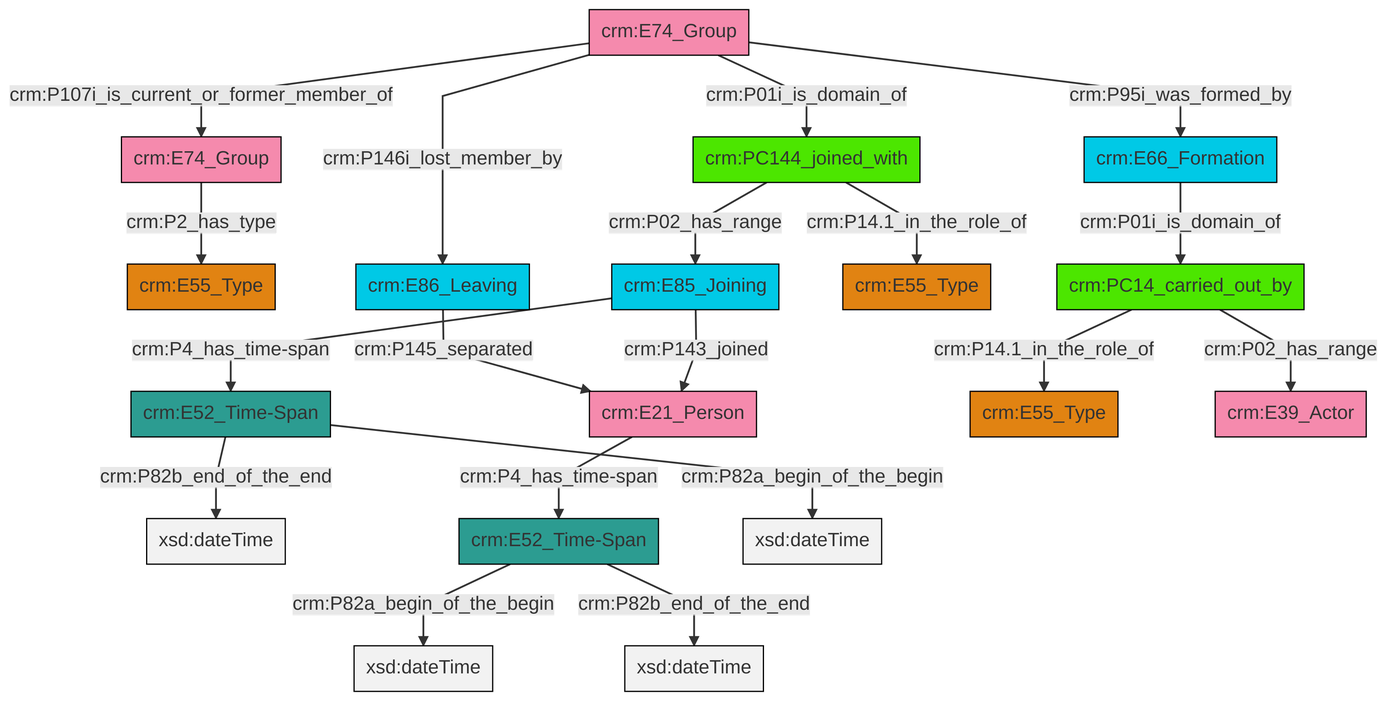
The Mermaid diagram et/groupCSV/ttl/mmd/png/group_actor_relations.png in swiss-art-research-net/docs.swissartresearch, before a commit. Its source is kept beside it as et/groupCSV/ttl/mmd/group_actor_relations.ttl.mmd.
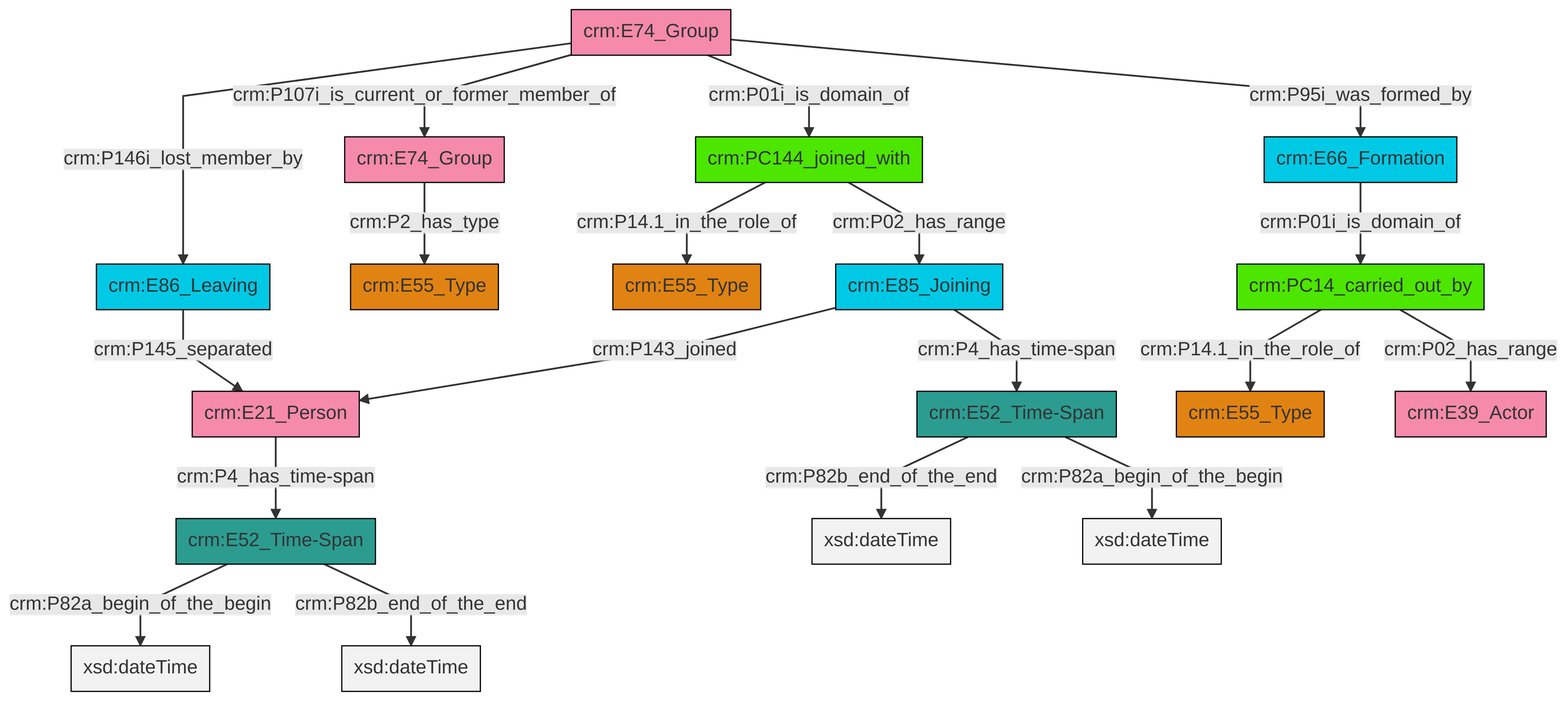
The same diagram one commit later.

Change to the diagram source:
```diff
@@ -13,21 +13,21 @@
 classDef PC_Classes fill:#4ce600, stroke:#000000;
 classDef Multi fill:#cccccc,stroke:#000000;
 
-2["crm:E74_Group"]:::Actor -->|crm:P107i_is_current_or_former_member_of| 3["crm:E74_Group"]:::Actor
-2["crm:E74_Group"]:::Actor -->|crm:P01i_is_domain_of| 5["crm:PC144_joined_with"]:::PC_Classes
-6["crm:E85_Joining"]:::Temporal_Entity -->|crm:P143_joined| 7["crm:E21_Person"]:::Actor
-8["crm:E52_Time-Span"]:::Time-Span -->|crm:P82b_end_of_the_end| 9[xsd:dateTime]:::Literal
-10["crm:PC14_carried_out_by"]:::PC_Classes -->|crm:P14.1_in_the_role_of| 11["crm:E55_Type"]:::Type
-15["crm:E66_Formation"]:::Temporal_Entity -->|crm:P01i_is_domain_of| 10["crm:PC14_carried_out_by"]:::PC_Classes
-3["crm:E74_Group"]:::Actor -->|crm:P2_has_type| 0["crm:E55_Type"]:::Type
-21["crm:E52_Time-Span"]:::Time-Span -->|crm:P82a_begin_of_the_begin| 22[xsd:dateTime]:::Literal
-21["crm:E52_Time-Span"]:::Time-Span -->|crm:P82b_end_of_the_end| 23[xsd:dateTime]:::Literal
-10["crm:PC14_carried_out_by"]:::PC_Classes -->|crm:P02_has_range| 25["crm:E39_Actor"]:::Actor
-2["crm:E74_Group"]:::Actor -->|crm:P95i_was_formed_by| 15["crm:E66_Formation"]:::Temporal_Entity
-5["crm:PC144_joined_with"]:::PC_Classes -->|crm:P14.1_in_the_role_of| 12["crm:E55_Type"]:::Type
-6["crm:E85_Joining"]:::Temporal_Entity -->|crm:P4_has_time-span| 8["crm:E52_Time-Span"]:::Time-Span
-2["crm:E74_Group"]:::Actor -->|crm:P146i_lost_member_by| 16["crm:E86_Leaving"]:::Temporal_Entity
-16["crm:E86_Leaving"]:::Temporal_Entity -->|crm:P145_separated| 7["crm:E21_Person"]:::Actor
-8["crm:E52_Time-Span"]:::Time-Span -->|crm:P82a_begin_of_the_begin| 29[xsd:dateTime]:::Literal
-5["crm:PC144_joined_with"]:::PC_Classes -->|crm:P02_has_range| 6["crm:E85_Joining"]:::Temporal_Entity
-7["crm:E21_Person"]:::Actor -->|crm:P4_has_time-span| 21["crm:E52_Time-Span"]:::Time-Span
+0["crm:PC144_joined_with"]:::PC_Classes -->|crm:P14.1_in_the_role_of| 1["crm:E55_Type"]:::Type
+2["crm:E52_Time-Span"]:::Time-Span -->|crm:P82b_end_of_the_end| 3[xsd:dateTime]:::Literal
+4["crm:E66_Formation"]:::Temporal_Entity -->|crm:P01i_is_domain_of| 5["crm:PC14_carried_out_by"]:::PC_Classes
+6["crm:E74_Group"]:::Actor -->|crm:P2_has_type| 7["crm:E55_Type"]:::Type
+5["crm:PC14_carried_out_by"]:::PC_Classes -->|crm:P14.1_in_the_role_of| 8["crm:E55_Type"]:::Type
+13["crm:E86_Leaving"]:::Temporal_Entity -->|crm:P145_separated| 14["crm:E21_Person"]:::Actor
+17["crm:E85_Joining"]:::Temporal_Entity -->|crm:P143_joined| 14["crm:E21_Person"]:::Actor
+5["crm:PC14_carried_out_by"]:::PC_Classes -->|crm:P02_has_range| 18["crm:E39_Actor"]:::Actor
+2["crm:E52_Time-Span"]:::Time-Span -->|crm:P82a_begin_of_the_begin| 20[xsd:dateTime]:::Literal
+21["crm:E74_Group"]:::Actor -->|crm:P146i_lost_member_by| 13["crm:E86_Leaving"]:::Temporal_Entity
+22["crm:E52_Time-Span"]:::Time-Span -->|crm:P82a_begin_of_the_begin| 23[xsd:dateTime]:::Literal
+21["crm:E74_Group"]:::Actor -->|crm:P107i_is_current_or_former_member_of| 6["crm:E74_Group"]:::Actor
+14["crm:E21_Person"]:::Actor -->|crm:P4_has_time-span| 22["crm:E52_Time-Span"]:::Time-Span
+21["crm:E74_Group"]:::Actor -->|crm:P01i_is_domain_of| 0["crm:PC144_joined_with"]:::PC_Classes
+0["crm:PC144_joined_with"]:::PC_Classes -->|crm:P02_has_range| 17["crm:E85_Joining"]:::Temporal_Entity
+21["crm:E74_Group"]:::Actor -->|crm:P95i_was_formed_by| 4["crm:E66_Formation"]:::Temporal_Entity
+22["crm:E52_Time-Span"]:::Time-Span -->|crm:P82b_end_of_the_end| 33[xsd:dateTime]:::Literal
+17["crm:E85_Joining"]:::Temporal_Entity -->|crm:P4_has_time-span| 2["crm:E52_Time-Span"]:::Time-Span
```
